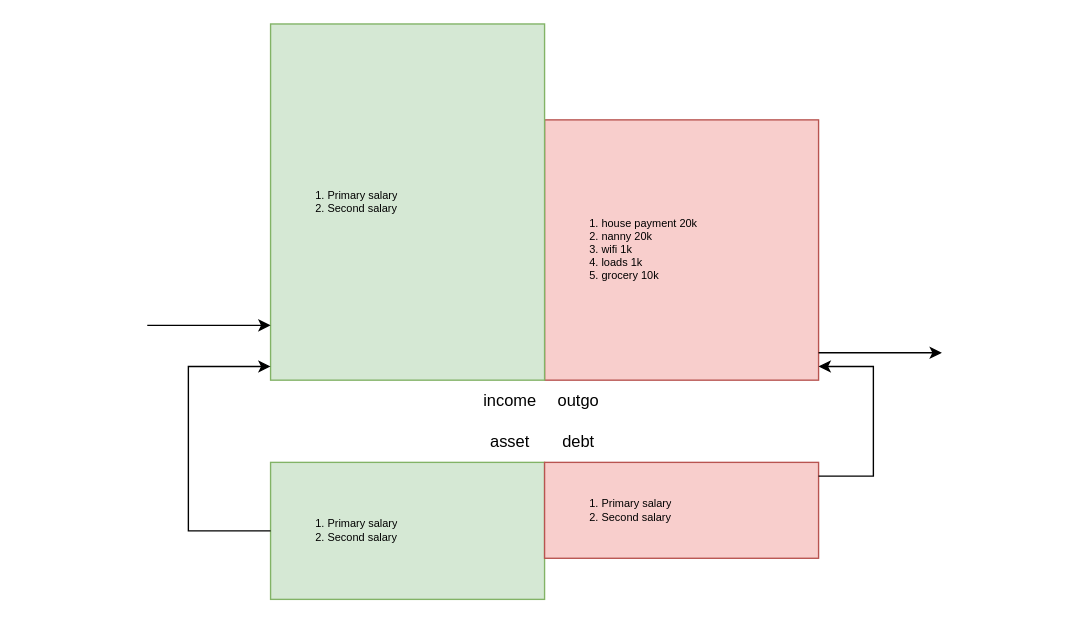
llorz-o/draws keeps this draw.io diagram as Finance.drawio. Above is the earlier version. Source tidied: cells renumbered, new cells numbered last; positions are measured from the earlier drawing's top-left corner, leaving out a move shared by most shapes. Both pictures are drawn from the tidied source at 137%, with x=0, y=0 at pixel (147, 23).
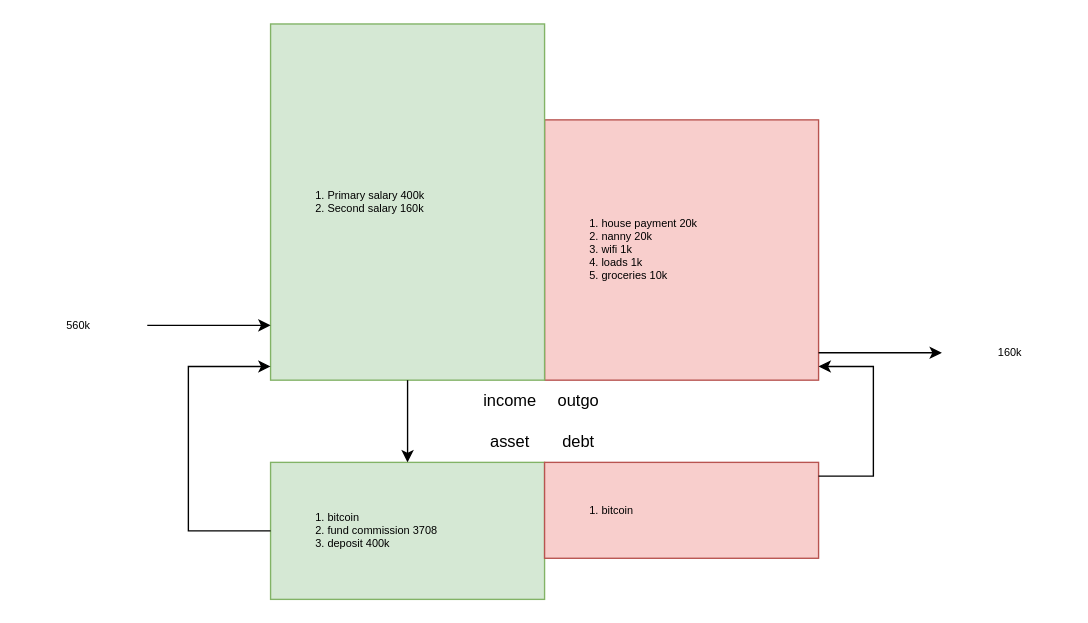
The same page after the edit.

The edit, as a diff of the source:
```diff
@@
+    <mxCell id="19" style="edgeStyle=orthogonalEdgeStyle;rounded=0;jettySize=auto;html=1;fontSize=8;" parent="14" edge="1" source="15" target="18">
+      <mxGeometry relative="1" as="geometry" />
+    </mxCell>
-    <mxCell id="15" value="&lt;ol&gt;&lt;li&gt;Primary salary&lt;/li&gt;&lt;li&gt;Second salary&lt;/li&gt;&lt;/ol&gt;" style="text;strokeColor=none;fillColor=none;html=1;whiteSpace=wrap;verticalAlign=middle;overflow=hidden;fillStyle=auto;fontSize=8;" parent="14" vertex="1">
+    <mxCell id="15" value="&lt;ol&gt;&lt;li&gt;Primary salary 400k&lt;/li&gt;&lt;li&gt;Second salary 160k&lt;/li&gt;&lt;/ol&gt;" style="text;strokeColor=none;fillColor=none;html=1;whiteSpace=wrap;verticalAlign=middle;overflow=hidden;fillStyle=auto;fontSize=8;" parent="14" vertex="1">
       <mxGeometry x="90" width="200" height="260" as="geometry" />
     </mxCell>
-    <mxCell id="16" value="&lt;ol&gt;&lt;li&gt;house payment 20k&lt;/li&gt;&lt;li&gt;nanny 20k&lt;/li&gt;&lt;li&gt;wifi 1k&lt;/li&gt;&lt;li&gt;loads 1k&lt;/li&gt;&lt;li&gt;grocery 10k&lt;/li&gt;&lt;/ol&gt;" style="text;strokeColor=none;fillColor=none;html=1;whiteSpace=wrap;verticalAlign=middle;overflow=hidden;fillStyle=auto;fontSize=8;" parent="14" vertex="1">
+    <mxCell id="16" value="&lt;ol&gt;&lt;li&gt;house payment 20k&lt;/li&gt;&lt;li&gt;nanny 20k&lt;/li&gt;&lt;li&gt;wifi 1k&lt;/li&gt;&lt;li&gt;loads 1k&lt;/li&gt;&lt;li&gt;groceries 10k&lt;/li&gt;&lt;/ol&gt;" style="text;strokeColor=none;fillColor=none;html=1;whiteSpace=wrap;verticalAlign=middle;overflow=hidden;fillStyle=auto;fontSize=8;" parent="14" vertex="1">
       <mxGeometry x="290" y="70" width="200" height="190" as="geometry" />
     </mxCell>
-    <mxCell id="17" value="&lt;ol&gt;&lt;li&gt;Primary salary&lt;/li&gt;&lt;li&gt;Second salary&lt;/li&gt;&lt;/ol&gt;" style="text;strokeColor=none;fillColor=none;html=1;whiteSpace=wrap;verticalAlign=middle;overflow=hidden;fillStyle=auto;fontSize=8;" parent="14" vertex="1">
+    <mxCell id="17" value="&lt;ol&gt;&lt;li&gt;bitcoin&lt;/li&gt;&lt;/ol&gt;" style="text;strokeColor=none;fillColor=none;html=1;whiteSpace=wrap;verticalAlign=middle;overflow=hidden;fillStyle=auto;fontSize=8;" parent="14" vertex="1">
       <mxGeometry x="290" y="320" width="200" height="70" as="geometry" />
     </mxCell>
-    <mxCell id="18" value="&lt;ol&gt;&lt;li&gt;Primary salary&lt;/li&gt;&lt;li&gt;Second salary&lt;/li&gt;&lt;/ol&gt;" style="text;strokeColor=none;fillColor=none;html=1;whiteSpace=wrap;verticalAlign=middle;overflow=hidden;fillStyle=auto;fontSize=8;" parent="14" vertex="1">
+    <mxCell id="18" value="&lt;ol&gt;&lt;li&gt;bitcoin&lt;/li&gt;&lt;li&gt;&lt;span style=&quot;font-size: 8px;&quot;&gt;fund commission 3708&lt;/span&gt;&lt;br&gt;&lt;/li&gt;&lt;li&gt;deposit 400k&lt;/li&gt;&lt;/ol&gt;" style="text;strokeColor=none;fillColor=none;html=1;whiteSpace=wrap;verticalAlign=middle;overflow=hidden;fillStyle=auto;fontSize=8;" parent="14" vertex="1">
       <mxGeometry x="90" y="320" width="200" height="100" as="geometry" />
     </mxCell>
+    <mxCell id="20" value="560k" style="text;html=1;strokeColor=none;fillColor=none;align=center;verticalAlign=middle;whiteSpace=wrap;rounded=0;fillStyle=auto;fontSize=8;" parent="14" vertex="1">
+      <mxGeometry x="-90" y="200" width="80" height="40" as="geometry" />
+    </mxCell>
+    <mxCell id="21" value="160k" style="text;html=1;strokeColor=none;fillColor=none;align=center;verticalAlign=middle;whiteSpace=wrap;rounded=0;fillStyle=auto;fontSize=8;" parent="14" vertex="1">
+      <mxGeometry x="590" y="220" width="80" height="40" as="geometry" />
+    </mxCell>
```
